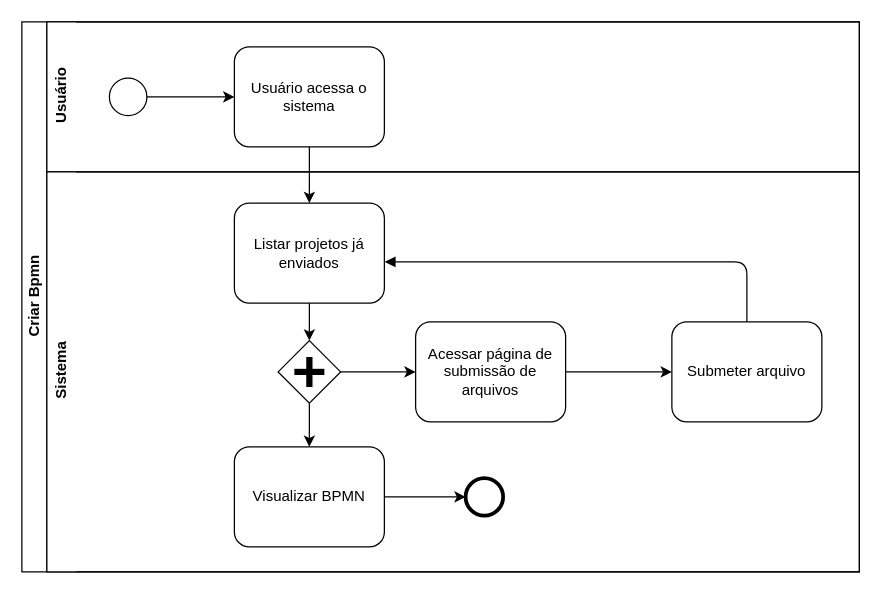
Above: artigo/diagrama-caso-uso.drawio in andreluizlunelli/bpmn-rest-tool (draw.io), before the change. Source tidied: cells renumbered, new cells numbered last; positions are measured from the earlier drawing's top-left corner, leaving out a move shared by most shapes. Both pictures are drawn from the tidied source at 125%, with x=0, y=0 at pixel (21, 21).
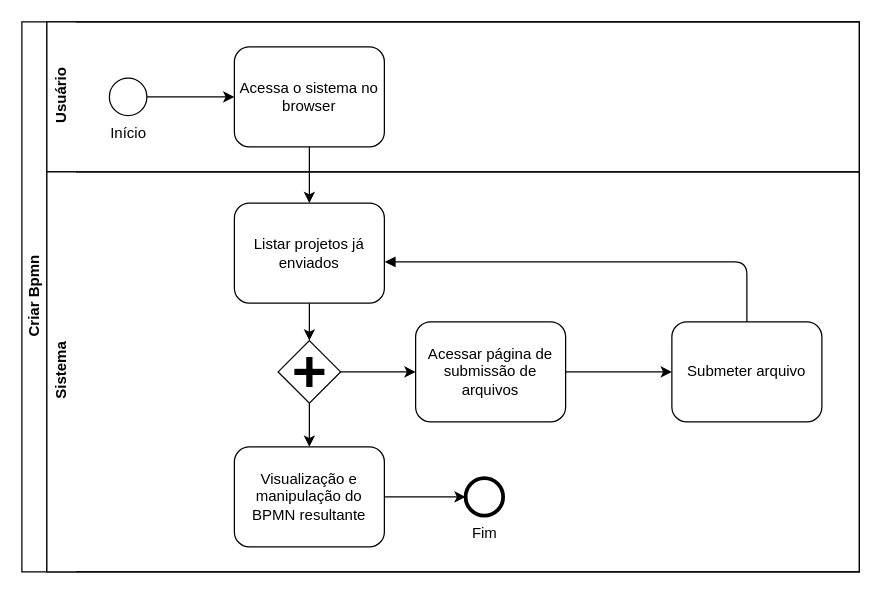
The same diagram, later.

Commit message (it also covers changes not shown here):
adicionado diagrama do processo e diagrama de classes

The change refers to these unchanged cells:
```xml
<mxCell id="3" value="Usuário" style="swimlane;html=1;horizontal=0;swimlaneLine=0;" parent="2" vertex="1">
  <mxGeometry x="20" width="650" height="120" as="geometry" />
</mxCell>
<mxCell id="7" value="Sistema&lt;br&gt;" style="swimlane;html=1;horizontal=0;swimlaneLine=0;" parent="2" vertex="1">
  <mxGeometry x="20" y="120" width="650" height="320" as="geometry" />
</mxCell>
```

Change to the diagram source:
```diff
@@
-    <mxCell id="4" value="Usuário acessa o sistema" style="shape=ext;rounded=1;html=1;whiteSpace=wrap;" parent="3" vertex="1">
+    <mxCell id="4" value="Acessa o sistema no browser" style="shape=ext;rounded=1;html=1;whiteSpace=wrap;" parent="3" vertex="1">
       <mxGeometry x="150" y="20" width="120" height="80" as="geometry" />
     </mxCell>
@@
-    <mxCell id="6" style="shape=mxgraph.bpmn.shape;html=1;verticalLabelPosition=bottom;labelBackgroundColor=#ffffff;verticalAlign=top;align=center;perimeter=ellipsePerimeter;outlineConnect=0;outline=standard;symbol=general;" parent="3" vertex="1">
+    <mxCell id="6" value="Início" style="shape=mxgraph.bpmn.shape;html=1;verticalLabelPosition=bottom;labelBackgroundColor=#ffffff;verticalAlign=top;align=center;perimeter=ellipsePerimeter;outlineConnect=0;outline=standard;symbol=general;" parent="3" vertex="1">
       <mxGeometry x="50" y="45" width="30" height="30" as="geometry" />
     </mxCell>
@@
-    <mxCell id="18" value="Visualizar BPMN" style="shape=ext;rounded=1;html=1;whiteSpace=wrap;" parent="7" vertex="1">
+    <mxCell id="18" value="Visualização e manipulação do BPMN resultante" style="shape=ext;rounded=1;html=1;whiteSpace=wrap;" parent="7" vertex="1">
       <mxGeometry x="150" y="220" width="120" height="80" as="geometry" />
     </mxCell>
-    <mxCell id="19" style="shape=mxgraph.bpmn.shape;html=1;verticalLabelPosition=bottom;labelBackgroundColor=#ffffff;verticalAlign=top;align=center;perimeter=ellipsePerimeter;outlineConnect=0;outline=end;symbol=general;" parent="7" vertex="1">
+    <mxCell id="19" value="Fim&lt;br&gt;" style="shape=mxgraph.bpmn.shape;html=1;verticalLabelPosition=bottom;labelBackgroundColor=#ffffff;verticalAlign=top;align=center;perimeter=ellipsePerimeter;outlineConnect=0;outline=end;symbol=general;" parent="7" vertex="1">
       <mxGeometry x="335" y="245" width="30" height="30" as="geometry" />
     </mxCell>
```
